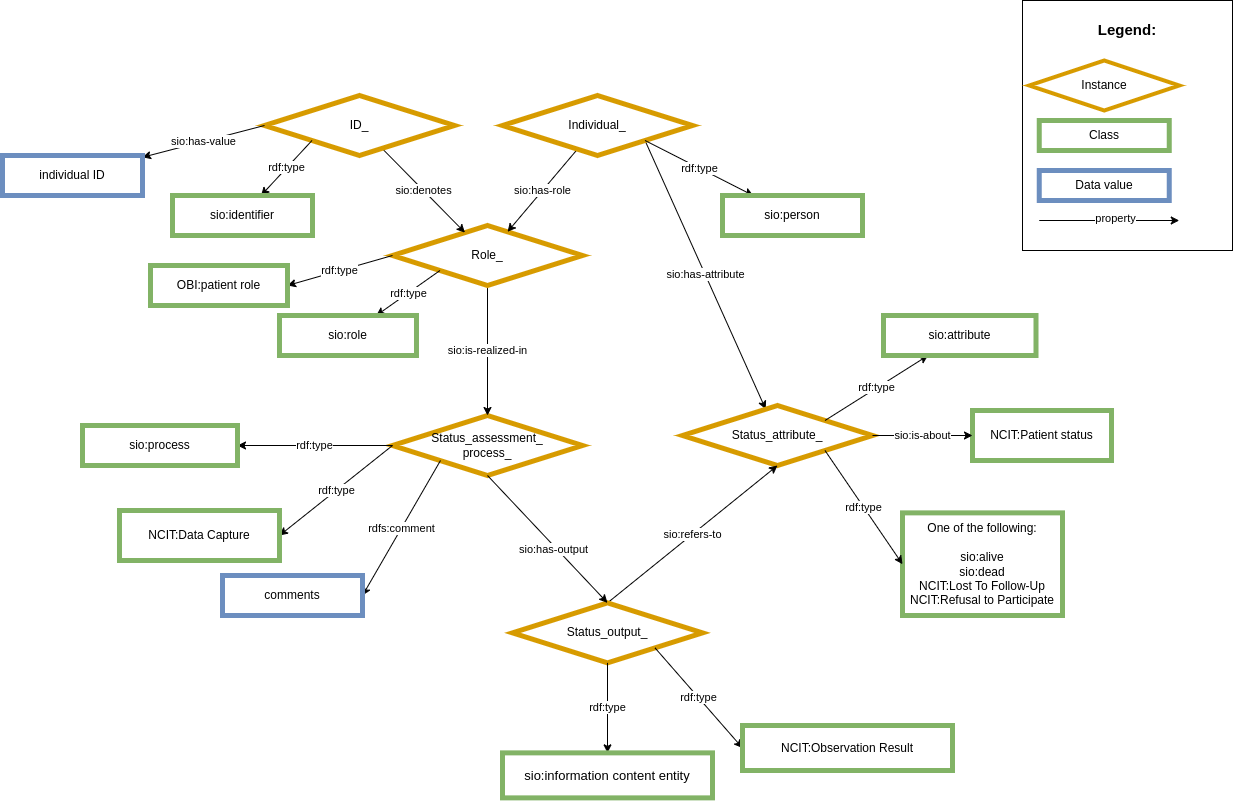
Earlier version of the draw.io export images/CARE-SM-Status.png (CARE-SM/CARE-Semantic-Model). Source tidied: cells renumbered, new cells last; positions are measured from the earlier drawing's top-left corner, leaving out a move shared by most shapes.
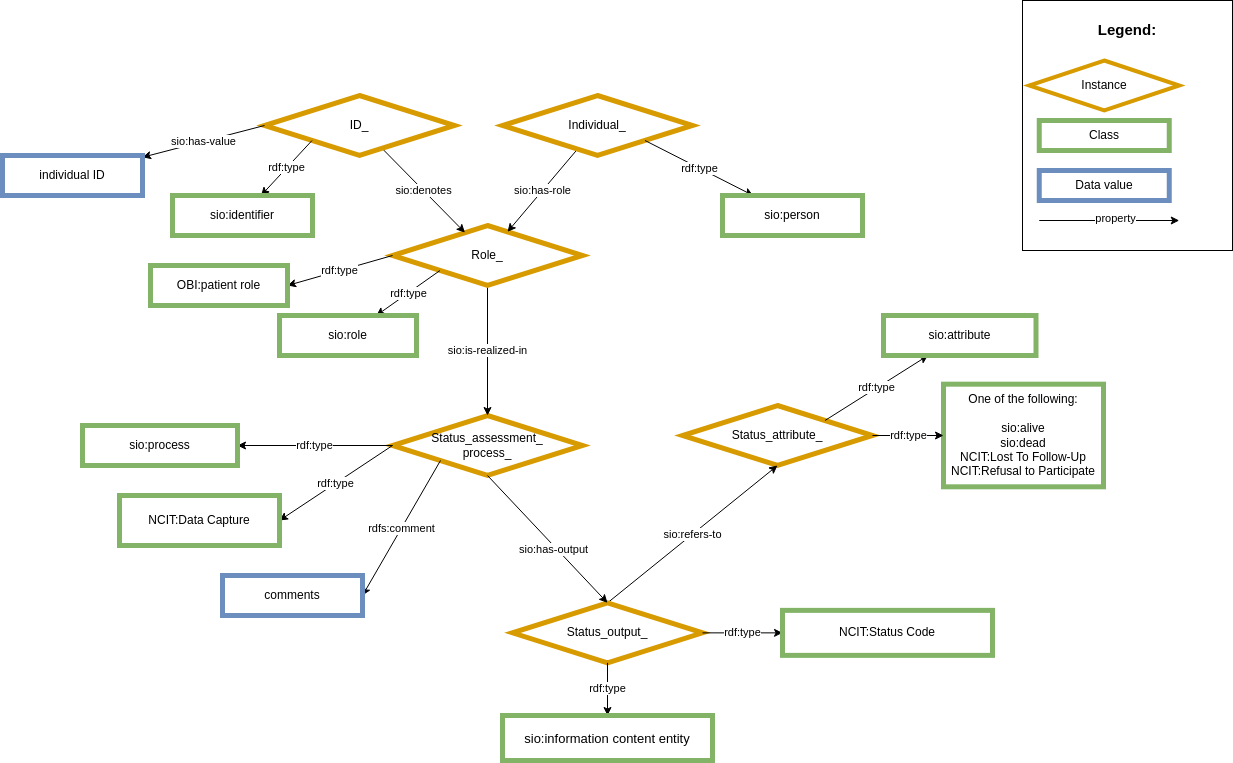
The same diagram one commit later.

The edit, as a diff of the source:
```diff
@@ -8,9 +8,6 @@
     <mxCell id="3" value="&lt;span style=&quot;color: rgb(0, 0, 0); font-family: Helvetica; font-size: 11px; font-style: normal; font-variant-ligatures: normal; font-variant-caps: normal; font-weight: 400; letter-spacing: normal; orphans: 2; text-align: center; text-indent: 0px; text-transform: none; widows: 2; word-spacing: 0px; -webkit-text-stroke-width: 0px; background-color: rgb(255, 255, 255); text-decoration-thickness: initial; text-decoration-style: initial; text-decoration-color: initial; float: none; display: inline !important;&quot;&gt;sio:is-realized-in&lt;/span&gt;" style="rounded=0;jettySize=auto;html=1;exitX=0.5;exitY=1;exitDx=0;exitDy=0;entryX=0.5;entryY=0;entryDx=0;entryDy=0;" parent="1" edge="1" source="5" target="2">
       <mxGeometry relative="1" as="geometry" />
     </mxCell>
-    <mxCell id="4" value="sio:has-attribute" style="rounded=0;jettySize=auto;html=1;exitX=1;exitY=1;exitDx=0;exitDy=0;" parent="1" edge="1" source="9" target="10">
-      <mxGeometry relative="1" as="geometry" />
-    </mxCell>
     <mxCell id="5" value="Role_" style="rhombus;whiteSpace=wrap;html=1;fillColor=#FFFFFF;strokeColor=#d79b00;strokeWidth=5;" parent="1" vertex="1">
       <mxGeometry x="390" y="225" width="190" height="60" as="geometry" />
     </mxCell>
@@ -65,12 +62,6 @@
     <mxCell id="22" value="OBI:patient role" style="whiteSpace=wrap;html=1;fillColor=#FFFFFF;strokeColor=#82b366;strokeWidth=5;" parent="1" vertex="1">
       <mxGeometry x="148" y="265" width="137" height="40" as="geometry" />
     </mxCell>
-    <mxCell id="23" value="&lt;span style=&quot;background-color: initial;&quot;&gt;NCIT:Patient status&lt;br&gt;&lt;/span&gt;" style="whiteSpace=wrap;html=1;fillColor=#FFFFFF;strokeColor=#82b366;strokeWidth=5;" parent="1" vertex="1">
-      <mxGeometry x="970" y="410" width="139" height="50" as="geometry" />
-    </mxCell>
-    <mxCell id="24" value="sio:is-about" style="edgeStyle=none;rounded=0;jettySize=auto;html=1;exitX=1;exitY=0.5;exitDx=0;exitDy=0;entryX=0;entryY=0.5;entryDx=0;entryDy=0;" parent="1" edge="1" source="10" target="23">
-      <mxGeometry relative="1" as="geometry" />
-    </mxCell>
     <mxCell id="25" value="rdf:type" style="edgeStyle=none;rounded=0;jettySize=auto;html=1;exitX=0;exitY=0.5;exitDx=0;exitDy=0;" parent="1" edge="1" target="26">
       <mxGeometry relative="1" as="geometry">
         <mxPoint x="390" y="445" as="sourcePoint" />
@@ -85,7 +76,7 @@
       </mxGeometry>
     </mxCell>
     <mxCell id="28" value="NCIT:Data Capture" style="whiteSpace=wrap;html=1;fillColor=#FFFFFF;strokeColor=#82b366;strokeWidth=5;" parent="1" vertex="1">
-      <mxGeometry x="117" y="510" width="160" height="50" as="geometry" />
+      <mxGeometry x="117" y="495" width="160" height="50" as="geometry" />
     </mxCell>
     <mxCell id="29" value="rdfs:comment" style="rounded=0;jettySize=auto;html=1;exitX=0;exitY=1;exitDx=0;exitDy=0;entryX=1;entryY=0.5;entryDx=0;entryDy=0;" parent="1" edge="1" target="30">
       <mxGeometry relative="1" as="geometry">
@@ -117,18 +108,18 @@
       <mxGeometry relative="1" as="geometry" />
     </mxCell>
     <mxCell id="36" value="&lt;font size=&quot;2&quot;&gt;sio:information content entity&lt;/font&gt;" style="whiteSpace=wrap;html=1;fillColor=#FFFFFF;strokeColor=#82b366;strokeWidth=5;" parent="1" vertex="1">
-      <mxGeometry x="500" y="752.4" width="210" height="45" as="geometry" />
+      <mxGeometry x="500" y="715" width="210" height="45" as="geometry" />
     </mxCell>
-    <mxCell id="37" value="rdf:type" style="edgeStyle=none;rounded=0;jettySize=auto;html=1;exitX=1;exitY=1;exitDx=0;exitDy=0;entryX=0;entryY=0.5;entryDx=0;entryDy=0;" parent="1" edge="1" source="32" target="38">
+    <mxCell id="37" value="rdf:type" style="edgeStyle=none;rounded=0;jettySize=auto;html=1;" parent="1" edge="1" source="32" target="38">
       <mxGeometry relative="1" as="geometry" />
     </mxCell>
-    <mxCell id="38" value="NCIT:Observation Result" style="whiteSpace=wrap;html=1;fillColor=#FFFFFF;strokeColor=#82b366;strokeWidth=5;" parent="1" vertex="1">
-      <mxGeometry x="740" y="725" width="210" height="45" as="geometry" />
+    <mxCell id="38" value="NCIT:&lt;span style=&quot;background-color: initial;&quot;&gt;Status Code&lt;/span&gt;" style="whiteSpace=wrap;html=1;fillColor=#FFFFFF;strokeColor=#82b366;strokeWidth=5;" parent="1" vertex="1">
+      <mxGeometry x="780" y="609.9" width="210" height="45" as="geometry" />
     </mxCell>
     <mxCell id="39" value="One of the following:&lt;br&gt;&lt;br&gt;sio:alive&lt;br&gt;sio:dead&lt;br&gt;NCIT:Lost To Follow-Up&lt;br&gt;NCIT:Refusal to Participate" style="whiteSpace=wrap;html=1;fillColor=#FFFFFF;strokeColor=#82b366;strokeWidth=5;" parent="1" vertex="1">
-      <mxGeometry x="900" y="512.4" width="160" height="102.6" as="geometry" />
+      <mxGeometry x="941" y="383.7" width="160" height="102.6" as="geometry" />
     </mxCell>
-    <mxCell id="40" value="rdf:type" style="edgeStyle=none;rounded=0;jettySize=auto;html=1;exitX=1;exitY=1;exitDx=0;exitDy=0;entryX=0;entryY=0.5;entryDx=0;entryDy=0;" parent="1" edge="1" source="10" target="39">
+    <mxCell id="40" value="rdf:type" style="edgeStyle=none;rounded=0;jettySize=auto;html=1;entryX=0;entryY=0.5;entryDx=0;entryDy=0;" parent="1" edge="1" source="10" target="39">
       <mxGeometry relative="1" as="geometry" />
     </mxCell>
     <mxCell id="41" value="&lt;div style=&quot;text-align: left; font-size: 15px;&quot;&gt;&lt;span style=&quot;background-color: initial;&quot;&gt;&lt;b style=&quot;&quot;&gt;&lt;font style=&quot;font-size: 15px;&quot;&gt;Legend:&lt;/font&gt;&lt;/b&gt;&lt;/span&gt;&lt;/div&gt;&lt;div style=&quot;text-align: left; font-size: 15px;&quot;&gt;&lt;span style=&quot;background-color: initial;&quot;&gt;&lt;br&gt;&lt;/span&gt;&lt;/div&gt;&lt;div style=&quot;text-align: left;&quot;&gt;&lt;span style=&quot;background-color: initial;&quot;&gt;&lt;br&gt;&lt;/span&gt;&lt;/div&gt;&lt;div style=&quot;text-align: left;&quot;&gt;&lt;span style=&quot;background-color: initial;&quot;&gt;&lt;br&gt;&lt;/span&gt;&lt;/div&gt;&lt;div style=&quot;text-align: left;&quot;&gt;&lt;br&gt;&lt;/div&gt;&lt;div style=&quot;text-align: left;&quot;&gt;&lt;br&gt;&lt;/div&gt;&lt;div style=&quot;text-align: left;&quot;&gt;&lt;br&gt;&lt;/div&gt;&lt;div style=&quot;text-align: left;&quot;&gt;&lt;br&gt;&lt;/div&gt;&lt;div style=&quot;text-align: left;&quot;&gt;&lt;br&gt;&lt;/div&gt;&lt;div style=&quot;text-align: left;&quot;&gt;&lt;span style=&quot;background-color: initial;&quot;&gt;&lt;br&gt;&lt;/span&gt;&lt;/div&gt;&lt;div style=&quot;text-align: left;&quot;&gt;&lt;span style=&quot;background-color: initial;&quot;&gt;&lt;br&gt;&lt;/span&gt;&lt;/div&gt;&lt;div style=&quot;text-align: left;&quot;&gt;&lt;span style=&quot;background-color: initial;&quot;&gt;&lt;br&gt;&lt;/span&gt;&lt;/div&gt;&lt;div style=&quot;text-align: left;&quot;&gt;&lt;span style=&quot;background-color: initial;&quot;&gt;&lt;br&gt;&lt;/span&gt;&lt;/div&gt;&lt;div style=&quot;text-align: left;&quot;&gt;&lt;span style=&quot;background-color: initial;&quot;&gt;&lt;br&gt;&lt;/span&gt;&lt;/div&gt;" style="rounded=0;whiteSpace=wrap;html=1;" parent="1" vertex="1">
```
